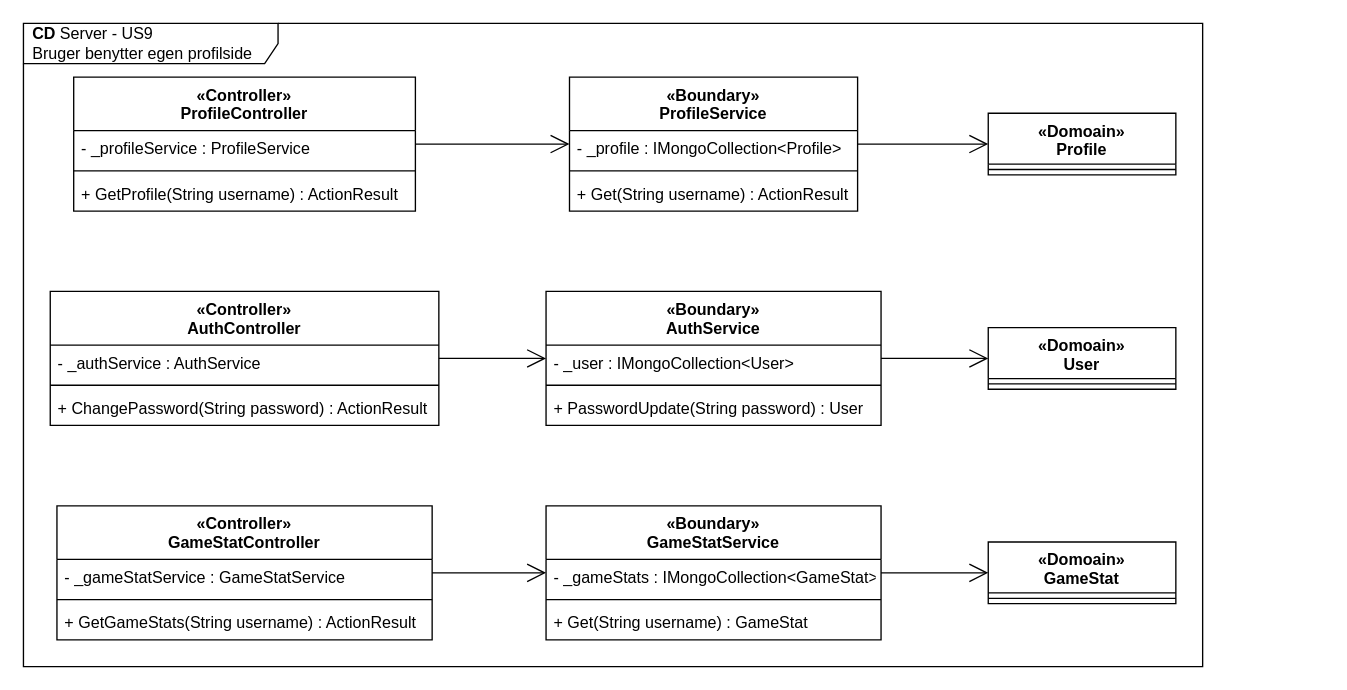
Before: page "CD-Server" (3 of 3) of diagrams/arkitektur/US9_profile.drawio in Macradon/I7BAC-PlugNPlay, a draw.io diagram. Source tidied: cells renumbered, new cells numbered last; positions are measured from the earlier drawing's top-left corner, leaving out a move shared by most shapes. Both pictures are drawn from the tidied source at 134%, with x=0, y=0 at pixel (23, 23).
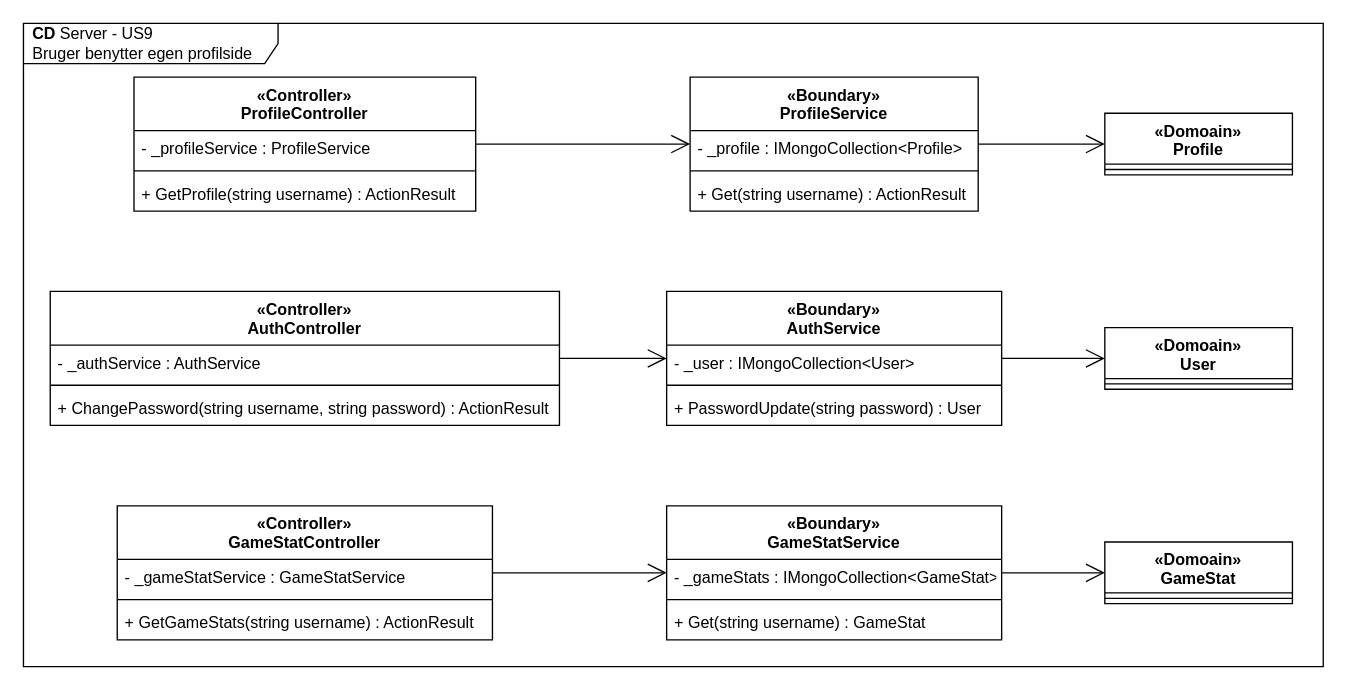
The same diagram, later.

Commit message (it also covers changes not shown here):
Updated CD with lower case string

The edit, as a diff of the source:
```diff
@@
+    <mxCell id="38" value="&lt;b&gt;CD&lt;/b&gt;&amp;nbsp;Server - US9&lt;br&gt;Bruger benytter egen profilside" style="shape=umlFrame;whiteSpace=wrap;html=1;width=190;height=30;boundedLbl=1;verticalAlign=middle;align=left;spacingLeft=5;" parent="1" vertex="1">
+      <mxGeometry width="970" height="480" as="geometry" />
+    </mxCell>
@@
     <mxCell id="3" value="«Controller»&#10;ProfileController" style="swimlane;fontStyle=1;align=center;verticalAlign=top;horizontal=1;startSize=40;" parent="1" vertex="1">
-      <mxGeometry x="37.5" y="40" width="255" height="100" as="geometry" />
+      <mxGeometry x="82.5" y="40" width="255" height="100" as="geometry" />
     </mxCell>
@@
-    <mxCell id="6" value="+ GetProfile(String username) : ActionResult" style="text;strokeColor=none;fillColor=none;align=left;verticalAlign=top;spacingLeft=4;spacingRight=4;overflow=hidden;" parent="3" vertex="1">
+    <mxCell id="6" value="+ GetProfile(string username) : ActionResult" style="text;strokeColor=none;fillColor=none;align=left;verticalAlign=top;spacingLeft=4;spacingRight=4;overflow=hidden;" parent="3" vertex="1">
       <mxGeometry y="74" width="255" height="26" as="geometry" />
     </mxCell>
@@
     <mxCell id="8" value="«Boundary»&#10;ProfileService" style="swimlane;fontStyle=1;align=center;verticalAlign=top;horizontal=1;startSize=40;" parent="1" vertex="1">
-      <mxGeometry x="407.5" y="40" width="215" height="100" as="geometry" />
+      <mxGeometry x="497.5" y="40" width="215" height="100" as="geometry" />
     </mxCell>
@@
-    <mxCell id="11" value="+ Get(String username) : ActionResult" style="text;strokeColor=none;fillColor=none;align=left;verticalAlign=top;spacingLeft=4;spacingRight=4;overflow=hidden;" parent="8" vertex="1">
+    <mxCell id="11" value="+ Get(string username) : ActionResult" style="text;strokeColor=none;fillColor=none;align=left;verticalAlign=top;spacingLeft=4;spacingRight=4;overflow=hidden;" parent="8" vertex="1">
       <mxGeometry y="74" width="215" height="26" as="geometry" />
     </mxCell>
     <mxCell id="12" value="«Domoain»&#10;Profile" style="swimlane;fontStyle=1;align=center;verticalAlign=top;horizontal=1;startSize=38;" parent="1" vertex="1">
-      <mxGeometry x="720" y="67" width="140" height="46" as="geometry" />
+      <mxGeometry x="807" y="67" width="140" height="46" as="geometry" />
     </mxCell>
@@
     <mxCell id="15" value="«Controller»&#10;AuthController" style="swimlane;fontStyle=1;align=center;verticalAlign=top;horizontal=1;startSize=40;" parent="1" vertex="1">
-      <mxGeometry x="20" y="200" width="290" height="100" as="geometry" />
+      <mxGeometry x="20" y="200" width="380" height="100" as="geometry" />
     </mxCell>
     <mxCell id="16" value="- _authService : AuthService" style="text;strokeColor=none;fillColor=none;align=left;verticalAlign=top;spacingLeft=4;spacingRight=4;overflow=hidden;" parent="15" vertex="1">
-      <mxGeometry y="40" width="290" height="26" as="geometry" />
+      <mxGeometry y="40" width="380" height="26" as="geometry" />
     </mxCell>
     <mxCell id="17" style="line;strokeWidth=1;fillColor=none;align=left;verticalAlign=middle;spacingTop=-1;spacingLeft=3;spacingRight=3;labelPosition=right;" parent="15" vertex="1">
-      <mxGeometry y="66" width="290" height="8" as="geometry" />
+      <mxGeometry y="66" width="380" height="8" as="geometry" />
     </mxCell>
-    <mxCell id="18" value="+ ChangePassword(String password) : ActionResult" style="text;strokeColor=none;fillColor=none;align=left;verticalAlign=top;spacingLeft=4;spacingRight=4;overflow=hidden;" parent="15" vertex="1">
-      <mxGeometry y="74" width="290" height="26" as="geometry" />
+    <mxCell id="18" value="+ ChangePassword(string username, string password) : ActionResult" style="text;strokeColor=none;fillColor=none;align=left;verticalAlign=top;spacingLeft=4;spacingRight=4;overflow=hidden;" parent="15" vertex="1">
+      <mxGeometry y="74" width="380" height="26" as="geometry" />
     </mxCell>
@@
     <mxCell id="20" value="«Boundary»&#10;AuthService" style="swimlane;fontStyle=1;align=center;verticalAlign=top;horizontal=1;startSize=40;" parent="1" vertex="1">
-      <mxGeometry x="390" y="200" width="250" height="100" as="geometry" />
+      <mxGeometry x="480" y="200" width="250" height="100" as="geometry" />
     </mxCell>
@@
-    <mxCell id="23" value="+ PasswordUpdate(String password) : User" style="text;strokeColor=none;fillColor=none;align=left;verticalAlign=top;spacingLeft=4;spacingRight=4;overflow=hidden;" parent="20" vertex="1">
+    <mxCell id="23" value="+ PasswordUpdate(string password) : User" style="text;strokeColor=none;fillColor=none;align=left;verticalAlign=top;spacingLeft=4;spacingRight=4;overflow=hidden;" parent="20" vertex="1">
       <mxGeometry y="74" width="250" height="26" as="geometry" />
     </mxCell>
     <mxCell id="24" value="«Domoain»&#10;User" style="swimlane;fontStyle=1;align=center;verticalAlign=top;horizontal=1;startSize=38;" parent="1" vertex="1">
-      <mxGeometry x="720" y="227" width="140" height="46" as="geometry" />
+      <mxGeometry x="807" y="227" width="140" height="46" as="geometry" />
     </mxCell>
@@
     <mxCell id="27" value="«Controller»&#10;GameStatController" style="swimlane;fontStyle=1;align=center;verticalAlign=top;horizontal=1;startSize=40;" parent="1" vertex="1">
-      <mxGeometry x="25" y="360" width="280" height="100" as="geometry" />
+      <mxGeometry x="70" y="360" width="280" height="100" as="geometry" />
     </mxCell>
@@
-    <mxCell id="30" value="+ GetGameStats(String username) : ActionResult" style="text;strokeColor=none;fillColor=none;align=left;verticalAlign=top;spacingLeft=4;spacingRight=4;overflow=hidden;" parent="27" vertex="1">
+    <mxCell id="30" value="+ GetGameStats(string username) : ActionResult" style="text;strokeColor=none;fillColor=none;align=left;verticalAlign=top;spacingLeft=4;spacingRight=4;overflow=hidden;" parent="27" vertex="1">
       <mxGeometry y="74" width="280" height="26" as="geometry" />
     </mxCell>
@@
     <mxCell id="32" value="«Boundary»&#10;GameStatService" style="swimlane;fontStyle=1;align=center;verticalAlign=top;horizontal=1;startSize=40;" parent="1" vertex="1">
-      <mxGeometry x="390" y="360" width="250" height="100" as="geometry" />
+      <mxGeometry x="480" y="360" width="250" height="100" as="geometry" />
     </mxCell>
@@
-    <mxCell id="35" value="+ Get(String username) : GameStat" style="text;strokeColor=none;fillColor=none;align=left;verticalAlign=top;spacingLeft=4;spacingRight=4;overflow=hidden;" parent="32" vertex="1">
+    <mxCell id="35" value="+ Get(string username) : GameStat" style="text;strokeColor=none;fillColor=none;align=left;verticalAlign=top;spacingLeft=4;spacingRight=4;overflow=hidden;" parent="32" vertex="1">
       <mxGeometry y="74" width="250" height="26" as="geometry" />
     </mxCell>
     <mxCell id="36" value="«Domoain»&#10;GameStat" style="swimlane;fontStyle=1;align=center;verticalAlign=top;horizontal=1;startSize=38;" parent="1" vertex="1">
-      <mxGeometry x="720" y="387" width="140" height="46" as="geometry" />
+      <mxGeometry x="807" y="387" width="140" height="46" as="geometry" />
     </mxCell>
@@
-    <mxCell id="38" value="&lt;b&gt;CD&lt;/b&gt;&amp;nbsp;Server - US9&lt;br&gt;Bruger benytter egen profilside" style="shape=umlFrame;whiteSpace=wrap;html=1;width=190;height=30;boundedLbl=1;verticalAlign=middle;align=left;spacingLeft=5;" parent="1" vertex="1">
-      <mxGeometry width="880" height="480" as="geometry" />
-    </mxCell>
```
